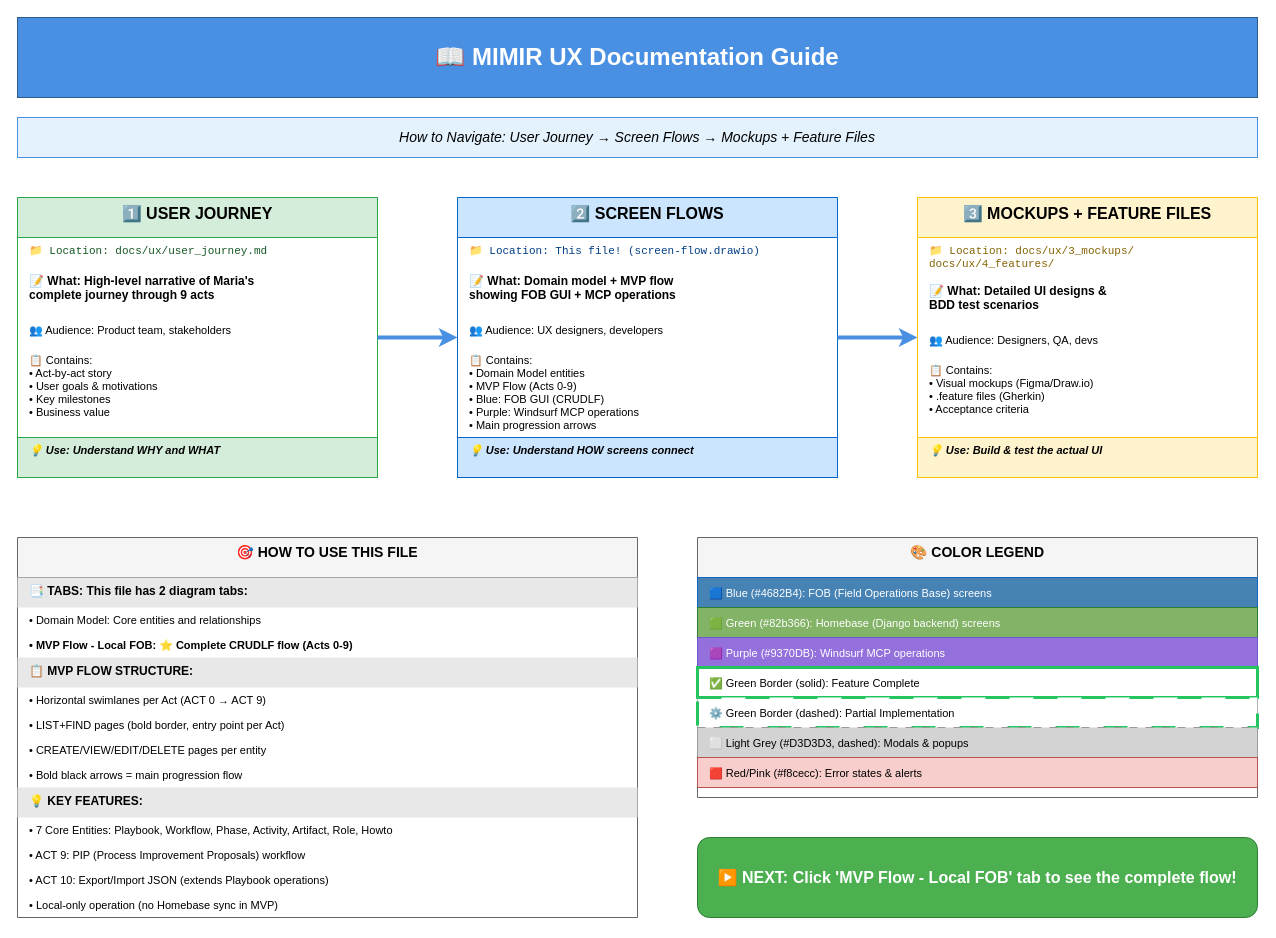
The draw.io diagram page "README - Start Here!" (1 of 4) of docs/ux/2_dialogue-maps/screen-flow.drawio in petelind/mimir, before the edit. Source tidied: cells renumbered, new cells numbered last; positions are measured from the earlier drawing's top-left corner, leaving out a move shared by most shapes. Both pictures are drawn from the tidied source at 100%, with x=0, y=0 at pixel (17, 17).
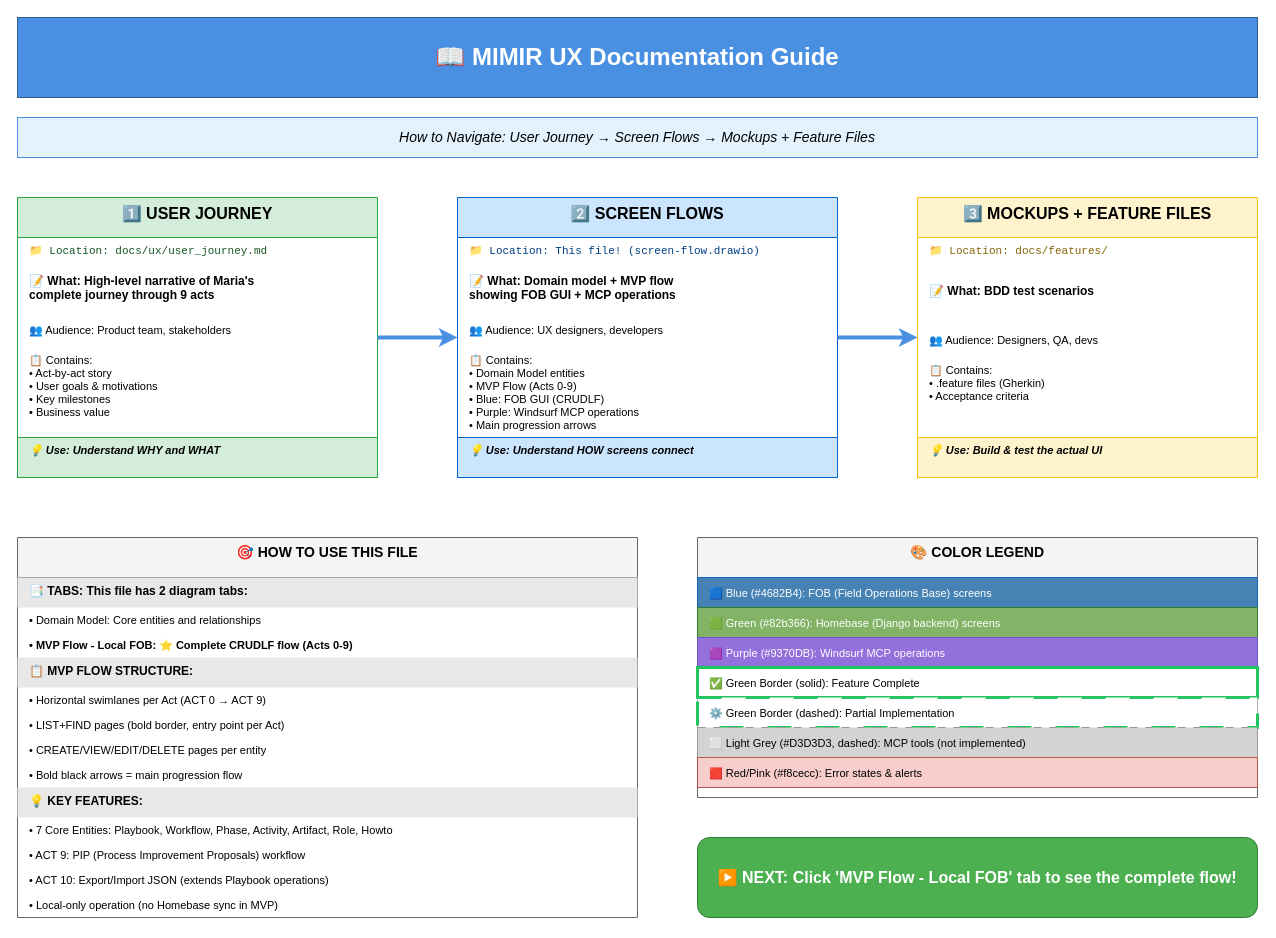
The same page after the edit.

Commit message:
fix(docs): correct inaccuracies in screen-flow.drawio README

**Fixed**:
1. Legend: Light Grey is for MCP tools (not modals/popups)
2. Location: Changed from 'docs/ux/3_mockups/' and 'docs/ux/4_features/' to 'docs/features/'
3. What: Removed 'Detailed UI designs' - we only have BDD test scenarios
4. Contains: Removed 'Visual mockups (Figma/Draw.io)' - we don't have mockups

**Reason**: Documentation was incorrect and misleading about project structure

Unchanged cells that the change refers to:
```xml
<mxCell id="18" value="3️⃣ MOCKUPS + FEATURE FILES" style="swimlane;fontStyle=1;align=center;verticalAlign=top;horizontal=1;startSize=40;fillColor=#fff3cd;strokeColor=#ffc107;fontSize=16;" parent="1" vertex="1">
  <mxGeometry x="900" y="180" width="340" height="280" as="geometry" />
</mxCell>
<mxCell id="38" value="🎨 COLOR LEGEND" style="swimlane;fontStyle=1;align=center;verticalAlign=top;horizontal=1;startSize=40;fillColor=#f5f5f5;strokeColor=#666666;fontSize=14;" parent="1" vertex="1">
  <mxGeometry x="680" y="520" width="560" height="260" as="geometry" />
</mxCell>
```

The edit, as a diff of the source:
```diff
@@
-    <mxCell id="19" value="📁 Location: docs/ux/3_mockups/&#10;            docs/ux/4_features/" style="text;strokeColor=none;fillColor=none;align=left;verticalAlign=top;spacingLeft=10;spacingRight=4;overflow=hidden;fontSize=11;fontFamily=Courier New;fontColor=#856404;" parent="18" vertex="1">
+    <mxCell id="19" value="📁 Location: docs/features/" style="text;strokeColor=none;fillColor=none;align=left;verticalAlign=top;spacingLeft=10;spacingRight=4;overflow=hidden;fontSize=11;fontFamily=Courier New;fontColor=#856404;" parent="18" vertex="1">
       <mxGeometry y="40" width="340" height="40" as="geometry" />
     </mxCell>
-    <mxCell id="20" value="📝 What: Detailed UI designs &amp;&#10;BDD test scenarios" style="text;strokeColor=none;fillColor=none;align=left;verticalAlign=top;spacingLeft=10;spacingRight=4;overflow=hidden;fontSize=12;fontStyle=1;" parent="18" vertex="1">
+    <mxCell id="20" value="📝 What: BDD test scenarios" style="text;strokeColor=none;fillColor=none;align=left;verticalAlign=top;spacingLeft=10;spacingRight=4;overflow=hidden;fontSize=12;fontStyle=1;" parent="18" vertex="1">
       <mxGeometry y="80" width="340" height="50" as="geometry" />
     </mxCell>
@@
-    <mxCell id="22" value="📋 Contains:&#10;• Visual mockups (Figma/Draw.io)&#10;• .feature files (Gherkin)&#10;• Acceptance criteria" style="text;strokeColor=none;fillColor=none;align=left;verticalAlign=top;spacingLeft=10;spacingRight=4;overflow=hidden;fontSize=11;" parent="18" vertex="1">
+    <mxCell id="22" value="📋 Contains:&#10;• .feature files (Gherkin)&#10;• Acceptance criteria" style="text;strokeColor=none;fillColor=none;align=left;verticalAlign=top;spacingLeft=10;spacingRight=4;overflow=hidden;fontSize=11;" parent="18" vertex="1">
       <mxGeometry y="160" width="340" height="80" as="geometry" />
     </mxCell>
@@
-    <mxCell id="44" value="⬜ Light Grey (#D3D3D3, dashed): Modals &amp; popups" style="text;strokeColor=#999999;fillColor=#D3D3D3;align=left;verticalAlign=middle;spacingLeft=10;spacingRight=4;overflow=hidden;fontSize=11;dashed=1;dashPattern=8 8;" parent="38" vertex="1">
+    <mxCell id="44" value="⬜ Light Grey (#D3D3D3, dashed): MCP tools (not implemented)" style="text;strokeColor=#999999;fillColor=#D3D3D3;align=left;verticalAlign=middle;spacingLeft=10;spacingRight=4;overflow=hidden;fontSize=11;dashed=1;dashPattern=8 8;" parent="38" vertex="1">
       <mxGeometry y="190" width="560" height="30" as="geometry" />
     </mxCell>
```
